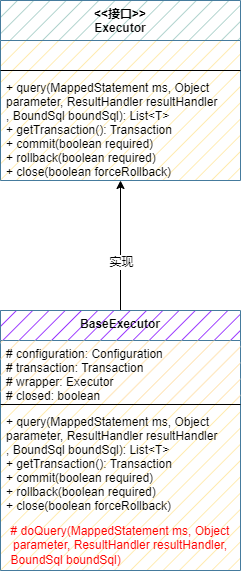
Earlier version of the draw.io export wzz-mybatis/mybatis-step-06(Sql方法执行器).drawio.png (wsxzei/markdown-photos). Source tidied: cells renumbered, new cells last; positions are measured from the earlier drawing's top-left corner, leaving out a move shared by most shapes.
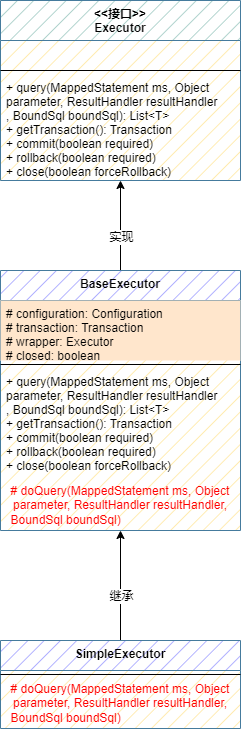
The same file after the commit.

Commit message:
更新mybatis-step-06(Sql方法执行器).drawio.png

Change to the diagram source:
```diff
@@ -8,8 +8,8 @@
     <mxCell id="3" value="实现" style="edgeLabel;html=1;align=center;verticalAlign=middle;" parent="2" vertex="1">
       <mxGeometry x="-0.25" relative="1" as="geometry" />
     </mxCell>
-    <mxCell id="4" value="BaseExecutor" style="swimlane;fontStyle=1;align=center;verticalAlign=top;horizontal=1;startSize=30;gradientColor=none;swimlaneFillColor=#FFE599;fillStyle=hatch;fillColor=#7F00FF;strokeColor=#457B9D;" parent="1" vertex="1">
-      <mxGeometry y="310" width="240" height="260" as="geometry" />
+    <mxCell id="4" value="BaseExecutor" style="swimlane;fontStyle=1;align=center;verticalAlign=top;horizontal=1;startSize=30;gradientColor=none;swimlaneFillColor=#FFE599;fillStyle=hatch;fillColor=#9999FF;strokeColor=#457B9D;" parent="1" vertex="1">
+      <mxGeometry y="270" width="240" height="260" as="geometry" />
     </mxCell>
     <mxCell id="5" value="# configuration: Configuration&#10;# transaction: Transaction&#10;# wrapper: Executor&#10;# closed: boolean" style="text;strokeColor=none;fillColor=#ffe6cc;align=left;verticalAlign=top;spacingLeft=4;spacingRight=4;overflow=hidden;" parent="4" vertex="1">
       <mxGeometry y="30" width="240" height="60" as="geometry" />
@@ -35,5 +35,20 @@
     <mxCell id="12" value="+ query(MappedStatement ms, Object &#10;parameter, ResultHandler resultHandler&#10;, BoundSql boundSql): List&lt;T&gt;&#10;+ getTransaction(): Transaction&#10;+ commit(boolean required)&#10;+ rollback(boolean required)&#10;+ close(boolean forceRollback)" style="text;strokeColor=none;fillColor=none;align=left;verticalAlign=top;spacingLeft=4;spacingRight=4;overflow=hidden;" parent="9" vertex="1">
       <mxGeometry y="74" width="240" height="106" as="geometry" />
     </mxCell>
+    <mxCell id="13" style="edgeStyle=orthogonalEdgeStyle;rounded=0;jettySize=auto;html=1;exitX=0.5;exitY=0;exitDx=0;exitDy=0;entryX=0.5;entryY=1;entryDx=0;entryDy=0;fontColor=#FF0000;" parent="1" edge="1" source="15" target="8">
+      <mxGeometry relative="1" as="geometry" />
+    </mxCell>
+    <mxCell id="14" value="继承" style="edgeLabel;html=1;align=center;verticalAlign=middle;fontColor=#000000;" parent="13" vertex="1">
+      <mxGeometry x="-0.17" relative="1" as="geometry" />
+    </mxCell>
+    <mxCell id="15" value="SimpleExecutor" style="swimlane;fontStyle=1;align=center;verticalAlign=top;horizontal=1;startSize=30;gradientColor=none;swimlaneFillColor=#FFE599;fillStyle=hatch;fillColor=#9999FF;strokeColor=#457B9D;" parent="1" vertex="1">
+      <mxGeometry y="640" width="240" height="88" as="geometry" />
+    </mxCell>
+    <mxCell id="16" style="line;strokeWidth=1;fillColor=none;align=left;verticalAlign=middle;spacingTop=-1;spacingLeft=3;spacingRight=3;labelPosition=right;" parent="15" vertex="1">
+      <mxGeometry y="30" width="240" height="8" as="geometry" />
+    </mxCell>
+    <mxCell id="17" value="&lt;div&gt;# doQuery(MappedStatement ms, Object&lt;/div&gt;&lt;div&gt;parameter, ResultHandler resultHandler,&lt;/div&gt;&lt;div style=&quot;text-align: left;&quot;&gt;BoundSql boundSql)&lt;/div&gt;" style="text;html=1;strokeColor=none;fillColor=none;align=center;verticalAlign=middle;whiteSpace=wrap;rounded=0;shadow=0;fillStyle=auto;fontColor=#FF0000;" parent="15" vertex="1">
+      <mxGeometry y="38" width="240" height="50" as="geometry" />
+    </mxCell>
   </root>
 </mxGraphModel>
```
